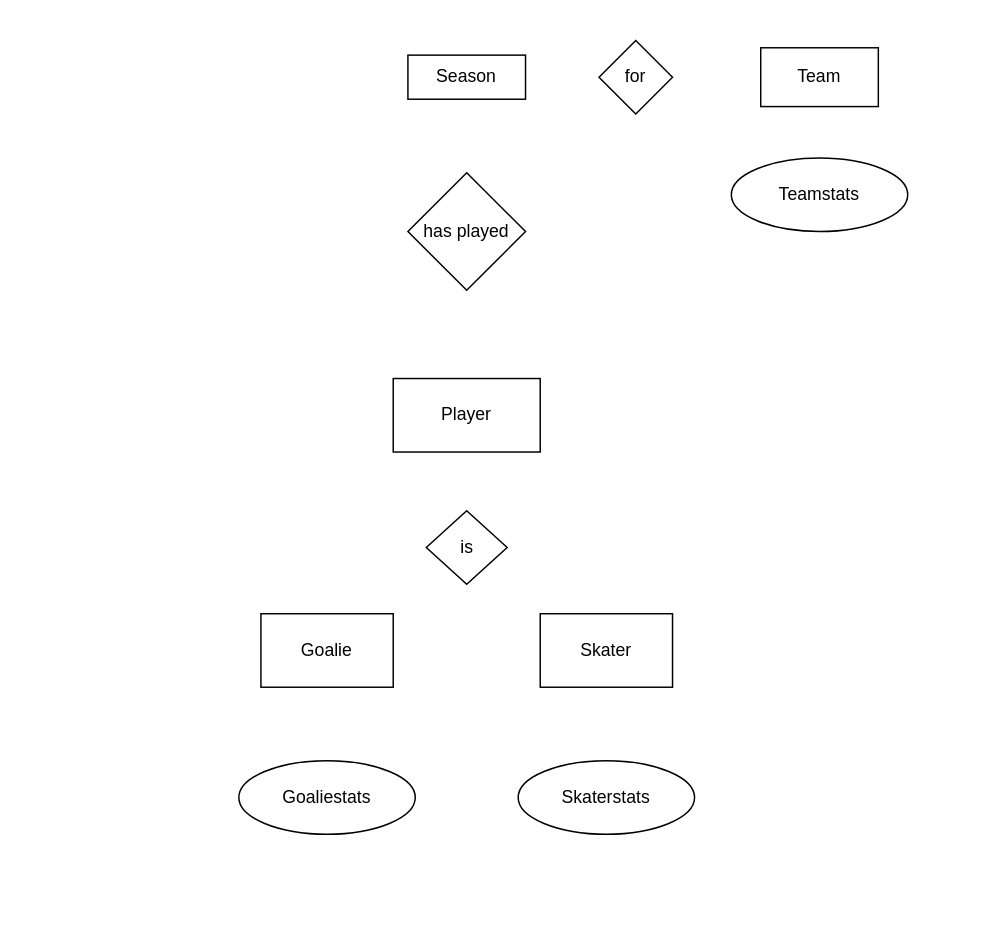
Above: Nimetön kaavio.drawio in eeroryha/NumeerisetMenetelmatHT (draw.io), before the change. Source tidied: cells renumbered, new cells numbered last; positions are measured from the earlier drawing's top-left corner, leaving out a move shared by most shapes. Both pictures are drawn from the tidied source at 147%, with x=0, y=0 at pixel (238, 40).
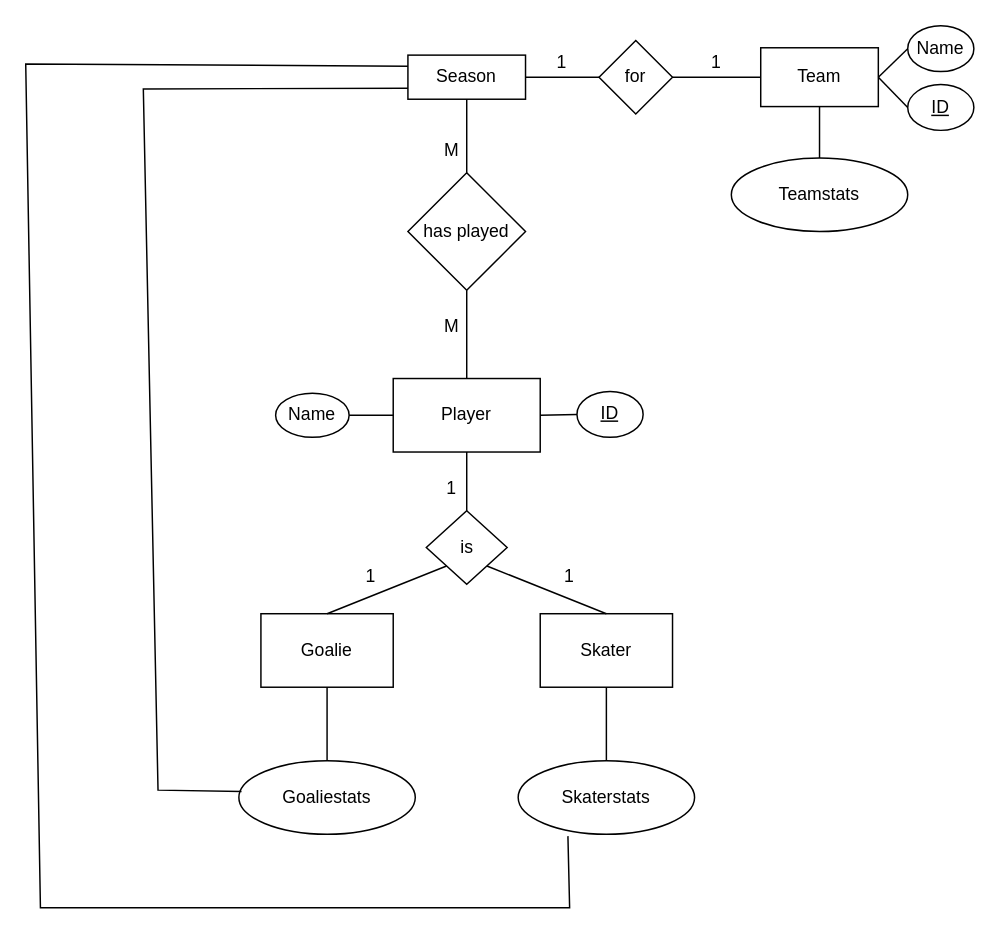
Above is the later version.

Unchanged cells that the change refers to:
```xml
<mxCell id="2" value="Player" style="rounded=0;whiteSpace=wrap;html=1;" parent="1" vertex="1">
  <mxGeometry x="105" y="230" width="100" height="50" as="geometry" />
</mxCell>
<mxCell id="3" value="has played" style="rhombus;whiteSpace=wrap;html=1;" parent="1" vertex="1">
  <mxGeometry x="115" y="90" width="80" height="80" as="geometry" />
</mxCell>
<mxCell id="4" value="Season" style="rounded=0;whiteSpace=wrap;html=1;" parent="1" vertex="1">
  <mxGeometry x="115" y="10" width="80" height="30" as="geometry" />
</mxCell>
<mxCell id="5" value="for" style="rhombus;whiteSpace=wrap;html=1;" parent="1" vertex="1">
  <mxGeometry x="245" width="50" height="50" as="geometry" />
</mxCell>
<mxCell id="6" value="Team" style="rounded=0;whiteSpace=wrap;html=1;" parent="1" vertex="1">
  <mxGeometry x="355" y="5" width="80" height="40" as="geometry" />
</mxCell>
<mxCell id="7" value="is" style="rhombus;whiteSpace=wrap;html=1;" parent="1" vertex="1">
  <mxGeometry x="127.5" y="320" width="55" height="50" as="geometry" />
</mxCell>
<mxCell id="8" value="Goalie" style="rounded=0;whiteSpace=wrap;html=1;" parent="1" vertex="1">
  <mxGeometry x="15" y="390" width="90" height="50" as="geometry" />
</mxCell>
<mxCell id="9" value="Skater" style="rounded=0;whiteSpace=wrap;html=1;" parent="1" vertex="1">
  <mxGeometry x="205" y="390" width="90" height="50" as="geometry" />
</mxCell>
<mxCell id="10" value="Goaliestats" style="ellipse;whiteSpace=wrap;html=1;" parent="1" vertex="1">
  <mxGeometry y="490" width="120" height="50" as="geometry" />
</mxCell>
<mxCell id="11" value="Skaterstats" style="ellipse;whiteSpace=wrap;html=1;" parent="1" vertex="1">
  <mxGeometry x="190" y="490" width="120" height="50" as="geometry" />
</mxCell>
<mxCell id="12" value="Teamstats" style="ellipse;whiteSpace=wrap;html=1;" parent="1" vertex="1">
  <mxGeometry x="335" y="80" width="120" height="50" as="geometry" />
</mxCell>
```

What changed in the source:
```diff
@@
+    <mxCell id="13" style="endArrow=none;html=1;rounded=0;entryX=0.5;entryY=1;entryDx=0;entryDy=0;exitX=0.5;exitY=0;exitDx=0;exitDy=0;" parent="1" edge="1" source="2" target="3">
+      <mxGeometry relative="1" as="geometry" />
+    </mxCell>
+    <mxCell id="14" style="endArrow=none;html=1;rounded=0;entryX=0.5;entryY=1;entryDx=0;entryDy=0;exitX=0.5;exitY=0;exitDx=0;exitDy=0;" parent="1" edge="1" source="3" target="4">
+      <mxGeometry relative="1" as="geometry" />
+    </mxCell>
+    <mxCell id="15" style="endArrow=none;html=1;rounded=0;entryX=0;entryY=0.5;entryDx=0;entryDy=0;exitX=1;exitY=0.5;exitDx=0;exitDy=0;" parent="1" edge="1" source="4" target="5">
+      <mxGeometry relative="1" as="geometry" />
+    </mxCell>
+    <mxCell id="16" style="endArrow=none;html=1;rounded=0;exitX=1;exitY=0.5;exitDx=0;exitDy=0;entryX=0;entryY=0.5;entryDx=0;entryDy=0;" parent="1" edge="1" source="5" target="6">
+      <mxGeometry relative="1" as="geometry" />
+    </mxCell>
+    <mxCell id="17" style="endArrow=none;html=1;rounded=0;entryX=0.5;entryY=1;entryDx=0;entryDy=0;" parent="1" edge="1" source="12" target="6">
+      <mxGeometry relative="1" as="geometry" />
+    </mxCell>
+    <mxCell id="18" style="endArrow=none;html=1;rounded=0;entryX=0.5;entryY=1;entryDx=0;entryDy=0;" parent="1" edge="1" source="7" target="2">
+      <mxGeometry relative="1" as="geometry" />
+    </mxCell>
+    <mxCell id="19" style="endArrow=none;html=1;rounded=0;entryX=1;entryY=1;entryDx=0;entryDy=0;exitX=0.5;exitY=0;exitDx=0;exitDy=0;" parent="1" edge="1" source="9" target="7">
+      <mxGeometry relative="1" as="geometry" />
+    </mxCell>
+    <mxCell id="20" style="endArrow=none;html=1;rounded=0;entryX=0;entryY=1;entryDx=0;entryDy=0;exitX=0.5;exitY=0;exitDx=0;exitDy=0;" parent="1" edge="1" source="8" target="7">
+      <mxGeometry relative="1" as="geometry" />
+    </mxCell>
+    <mxCell id="21" style="endArrow=none;html=1;rounded=0;entryX=0.5;entryY=0;entryDx=0;entryDy=0;exitX=0.5;exitY=1;exitDx=0;exitDy=0;" parent="1" edge="1" source="9" target="11">
+      <mxGeometry relative="1" as="geometry" />
+    </mxCell>
+    <mxCell id="22" style="endArrow=none;html=1;rounded=0;entryX=0.5;entryY=1;entryDx=0;entryDy=0;exitX=0.5;exitY=0;exitDx=0;exitDy=0;" parent="1" edge="1" source="10" target="8">
+      <mxGeometry relative="1" as="geometry" />
+    </mxCell>
+    <mxCell id="23" value="M" style="text;html=1;strokeColor=none;fillColor=none;align=center;verticalAlign=middle;whiteSpace=wrap;rounded=0;" parent="1" vertex="1">
+      <mxGeometry x="115" y="180" width="60" height="30" as="geometry" />
+    </mxCell>
+    <mxCell id="24" value="M" style="text;html=1;strokeColor=none;fillColor=none;align=center;verticalAlign=middle;whiteSpace=wrap;rounded=0;" parent="1" vertex="1">
+      <mxGeometry x="115" y="60" width="60" height="30" as="geometry" />
+    </mxCell>
+    <mxCell id="25" value="1" style="text;html=1;strokeColor=none;fillColor=none;align=center;verticalAlign=middle;whiteSpace=wrap;rounded=0;" parent="1" vertex="1">
+      <mxGeometry x="115" y="290" width="60" height="30" as="geometry" />
+    </mxCell>
+    <mxCell id="26" value="1" style="text;html=1;strokeColor=none;fillColor=none;align=center;verticalAlign=middle;whiteSpace=wrap;rounded=0;" parent="1" vertex="1">
+      <mxGeometry x="195" y="350" width="60" height="30" as="geometry" />
+    </mxCell>
+    <mxCell id="27" value="1" style="text;html=1;strokeColor=none;fillColor=none;align=center;verticalAlign=middle;whiteSpace=wrap;rounded=0;" parent="1" vertex="1">
+      <mxGeometry x="60" y="350" width="60" height="30" as="geometry" />
+    </mxCell>
+    <mxCell id="28" value="1" style="text;html=1;strokeColor=none;fillColor=none;align=center;verticalAlign=middle;whiteSpace=wrap;rounded=0;" parent="1" vertex="1">
+      <mxGeometry x="190" width="60" height="30" as="geometry" />
+    </mxCell>
+    <mxCell id="29" value="1" style="text;html=1;strokeColor=none;fillColor=none;align=center;verticalAlign=middle;whiteSpace=wrap;rounded=0;" parent="1" vertex="1">
+      <mxGeometry x="295" width="60" height="30" as="geometry" />
+    </mxCell>
+    <mxCell id="30" value="ID" style="ellipse;whiteSpace=wrap;html=1;fontStyle=4;" parent="1" vertex="1">
+      <mxGeometry x="230" y="238.8" width="45" height="31.2" as="geometry" />
+    </mxCell>
+    <mxCell id="31" style="endArrow=none;html=1;rounded=0;entryX=0;entryY=0.5;entryDx=0;entryDy=0;exitX=1;exitY=0.5;exitDx=0;exitDy=0;" parent="1" edge="1" source="2" target="30">
+      <mxGeometry relative="1" as="geometry" />
+    </mxCell>
+    <mxCell id="32" value="Name" style="ellipse;whiteSpace=wrap;html=1;" parent="1" vertex="1">
+      <mxGeometry x="25" y="240" width="50" height="30" as="geometry" />
+    </mxCell>
+    <mxCell id="33" style="endArrow=none;html=1;rounded=0;exitX=1;exitY=0.5;exitDx=0;exitDy=0;entryX=0;entryY=0.5;entryDx=0;entryDy=0;" parent="1" edge="1" source="32" target="2">
+      <mxGeometry relative="1" as="geometry" />
+    </mxCell>
+    <mxCell id="34" value="ID" style="ellipse;whiteSpace=wrap;html=1;fontStyle=4;" parent="1" vertex="1">
+      <mxGeometry x="455" y="30" width="45" height="31.2" as="geometry" />
+    </mxCell>
+    <mxCell id="35" style="endArrow=none;html=1;rounded=0;entryX=0;entryY=0.5;entryDx=0;entryDy=0;exitX=1;exitY=0.5;exitDx=0;exitDy=0;" parent="1" edge="1" source="6" target="34">
+      <mxGeometry relative="1" as="geometry" />
+    </mxCell>
+    <mxCell id="36" value="Name" style="ellipse;whiteSpace=wrap;html=1;fontStyle=0;" parent="1" vertex="1">
+      <mxGeometry x="455" y="-10" width="45" height="31.2" as="geometry" />
+    </mxCell>
+    <mxCell id="37" style="endArrow=none;html=1;rounded=0;exitX=1;exitY=0.5;exitDx=0;exitDy=0;entryX=0;entryY=0.5;entryDx=0;entryDy=0;" parent="1" edge="1" source="6" target="36">
+      <mxGeometry relative="1" as="geometry" />
+    </mxCell>
+    <mxCell id="38" style="endArrow=none;html=1;rounded=0;entryX=0;entryY=0.75;entryDx=0;entryDy=0;exitX=0.015;exitY=0.419;exitDx=0;exitDy=0;exitPerimeter=0;" parent="1" edge="1" source="10" target="4">
+      <mxGeometry relative="1" as="geometry">
+        <Array as="points">
+          <mxPoint x="-55" y="510" />
+          <mxPoint x="-65" y="33" />
+        </Array>
+      </mxGeometry>
+    </mxCell>
+    <mxCell id="39" style="endArrow=none;html=1;rounded=0;entryX=0;entryY=0.25;entryDx=0;entryDy=0;exitX=0.282;exitY=1.026;exitDx=0;exitDy=0;exitPerimeter=0;" parent="1" edge="1" source="11" target="4">
+      <mxGeometry relative="1" as="geometry">
+        <Array as="points">
+          <mxPoint x="225" y="590" />
+          <mxPoint x="-135" y="590" />
+          <mxPoint x="-145" y="16" />
+        </Array>
+      </mxGeometry>
+    </mxCell>
```
